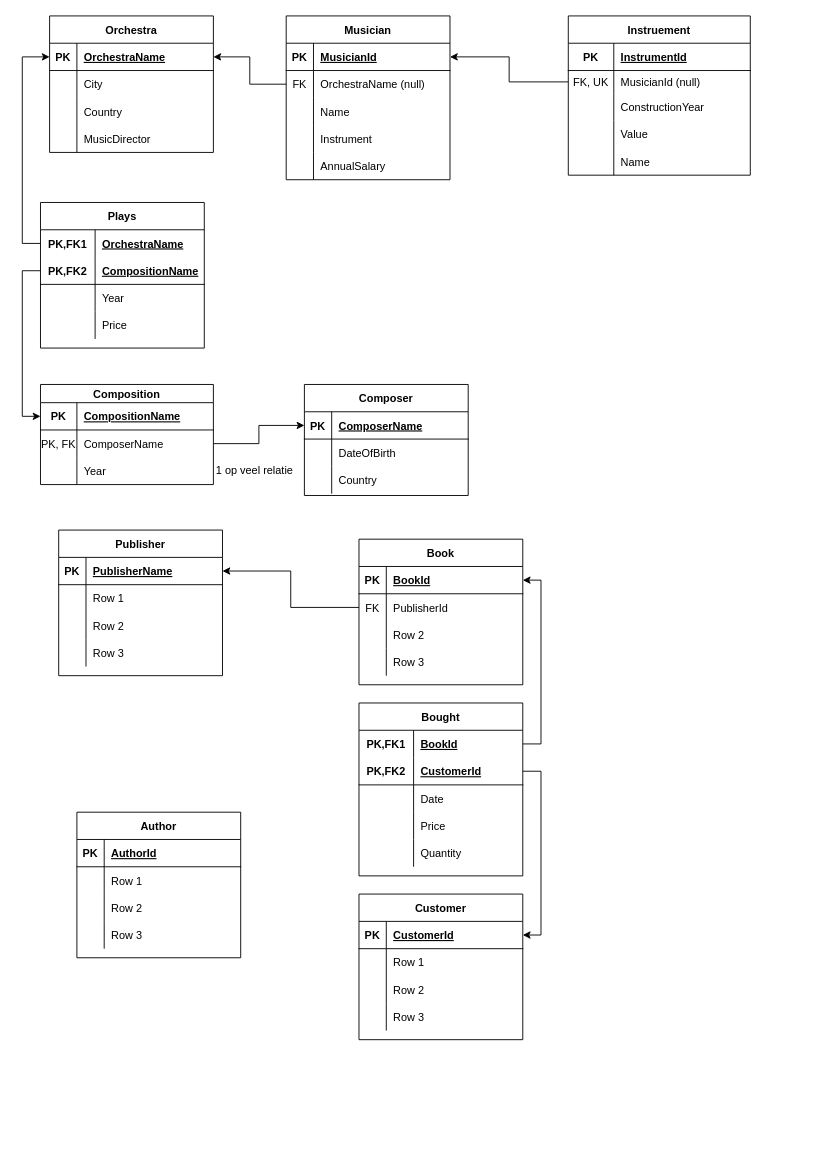
This is Periode 1.2/Relationele databases/Les 3 opdracht & huiswerk.drawio from Sno3t/EverythingSchool, a draw.io file, before an edit. Source tidied: cells renumbered, new cells numbered last; positions are measured from the earlier drawing's top-left corner, leaving out a move shared by most shapes. Both pictures are drawn from the tidied source at 91%, with x=0, y=0 at pixel (40, 15).
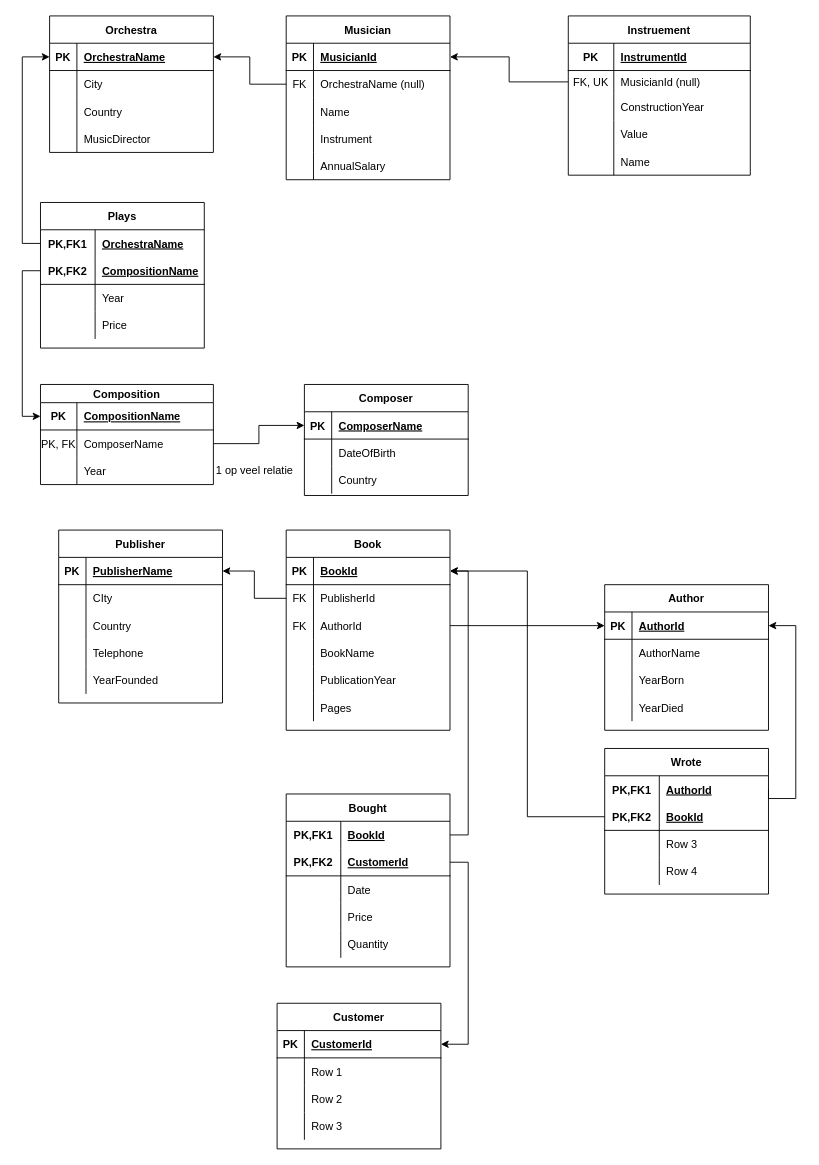
Above is the later version.

The change refers to these unchanged cells:
```xml
<mxCell id="58" style="shape=tableRow;horizontal=0;startSize=0;swimlaneHead=0;swimlaneBody=0;fillColor=none;top=0;left=0;right=0;bottom=0;" parent="54" vertex="1">
  <mxGeometry y="60" width="180" height="30" as="geometry" />
</mxCell>
<mxCell id="61" style="shape=tableRow;horizontal=0;startSize=0;swimlaneHead=0;swimlaneBody=0;fillColor=none;top=0;left=0;right=0;bottom=0;" parent="54" vertex="1">
  <mxGeometry y="90" width="180" height="30" as="geometry" />
</mxCell>
<mxCell id="64" style="shape=tableRow;horizontal=0;startSize=0;swimlaneHead=0;swimlaneBody=0;fillColor=none;top=0;left=0;right=0;bottom=0;" parent="54" vertex="1">
  <mxGeometry y="120" width="180" height="30" as="geometry" />
</mxCell>
<mxCell id="68" style="shape=tableRow;horizontal=0;startSize=0;swimlaneHead=0;swimlaneBody=0;fillColor=none;points=[[0,0.5],[1,0.5]];portConstraint=eastwest;top=0;left=0;right=0;bottom=1;" parent="67" vertex="1">
  <mxGeometry y="30" width="180" height="30" as="geometry" />
</mxCell>
<mxCell id="74" style="shape=tableRow;horizontal=0;startSize=0;swimlaneHead=0;swimlaneBody=0;fillColor=none;points=[[0,0.5],[1,0.5]];portConstraint=eastwest;top=0;left=0;right=0;bottom=0;" parent="67" vertex="1">
  <mxGeometry y="90" width="180" height="30" as="geometry" />
</mxCell>
<mxCell id="81" style="shape=tableRow;horizontal=0;startSize=0;swimlaneHead=0;swimlaneBody=0;fillColor=none;points=[[0,0.5],[1,0.5]];portConstraint=eastwest;top=0;left=0;right=0;bottom=1;" parent="80" vertex="1">
  <mxGeometry y="30" width="180" height="30" as="geometry" />
</mxCell>
<mxCell id="84" style="shape=tableRow;horizontal=0;startSize=0;swimlaneHead=0;swimlaneBody=0;fillColor=none;top=0;left=0;right=0;bottom=0;" parent="80" vertex="1">
  <mxGeometry y="60" width="180" height="30" as="geometry" />
</mxCell>
<mxCell id="87" style="shape=tableRow;horizontal=0;startSize=0;swimlaneHead=0;swimlaneBody=0;fillColor=none;top=0;left=0;right=0;bottom=0;" parent="80" vertex="1">
  <mxGeometry y="90" width="180" height="30" as="geometry" />
</mxCell>
<mxCell id="90" style="shape=tableRow;horizontal=0;startSize=0;swimlaneHead=0;swimlaneBody=0;fillColor=none;top=0;left=0;right=0;bottom=0;" parent="80" vertex="1">
  <mxGeometry y="120" width="180" height="30" as="geometry" />
</mxCell>
```

Diff of the diagram source:
```diff
@@
     <mxCell id="54" value="Publisher" style="shape=table;startSize=30;childLayout=tableLayout;rowLines=0;fontStyle=1;align=center;" parent="1" vertex="1">
-      <mxGeometry x="20" y="565" width="180" height="160" as="geometry" />
+      <mxGeometry x="20" y="565" width="180" height="190" as="geometry" />
     </mxCell>
@@
-    <mxCell id="60" value="Row 1" style="shape=partialRectangle;fillColor=none;top=0;left=0;bottom=0;right=0;align=left;spacingLeft=6;overflow=hidden;" parent="58" vertex="1">
+    <mxCell id="60" value="CIty" style="shape=partialRectangle;fillColor=none;top=0;left=0;bottom=0;right=0;align=left;spacingLeft=6;overflow=hidden;" parent="58" vertex="1">
       <mxGeometry x="30" width="150" height="30" as="geometry" />
     </mxCell>
@@
-    <mxCell id="63" value="Row 2" style="shape=partialRectangle;fillColor=none;top=0;left=0;bottom=0;right=0;align=left;spacingLeft=6;overflow=hidden;" parent="61" vertex="1">
+    <mxCell id="63" value="Country" style="shape=partialRectangle;fillColor=none;top=0;left=0;bottom=0;right=0;align=left;spacingLeft=6;overflow=hidden;" parent="61" vertex="1">
       <mxGeometry x="30" width="150" height="30" as="geometry" />
     </mxCell>
@@
-    <mxCell id="66" value="Row 3" style="shape=partialRectangle;fillColor=none;top=0;left=0;bottom=0;right=0;align=left;spacingLeft=6;overflow=hidden;" parent="64" vertex="1">
+    <mxCell id="66" value="Telephone" style="shape=partialRectangle;fillColor=none;top=0;left=0;bottom=0;right=0;align=left;spacingLeft=6;overflow=hidden;" parent="64" vertex="1">
       <mxGeometry x="30" width="150" height="30" as="geometry" />
     </mxCell>
+    <mxCell id="157" style="shape=tableRow;horizontal=0;startSize=0;swimlaneHead=0;swimlaneBody=0;fillColor=none;top=0;left=0;right=0;bottom=0;" parent="54" vertex="1">
+      <mxGeometry y="150" width="180" height="30" as="geometry" />
+    </mxCell>
+    <mxCell id="158" style="shape=partialRectangle;fillColor=none;top=0;left=0;bottom=0;right=0;overflow=hidden;" parent="157" vertex="1">
+      <mxGeometry width="30" height="30" as="geometry" />
+    </mxCell>
+    <mxCell id="159" value="YearFounded" style="shape=partialRectangle;fillColor=none;top=0;left=0;bottom=0;right=0;align=left;spacingLeft=6;overflow=hidden;" parent="157" vertex="1">
+      <mxGeometry x="30" width="150" height="30" as="geometry" />
+    </mxCell>
     <mxCell id="67" value="Book" style="shape=table;startSize=30;childLayout=tableLayout;rowLines=0;fontStyle=1;align=center;" parent="1" vertex="1">
-      <mxGeometry x="350" y="575" width="180" height="160" as="geometry" />
+      <mxGeometry x="270" y="565" width="180" height="220" as="geometry" />
     </mxCell>
@@
-    <mxCell id="75" style="shape=partialRectangle;fillColor=none;top=0;left=0;bottom=0;right=0;overflow=hidden;" parent="74" vertex="1">
+    <mxCell id="75" value="FK" style="shape=partialRectangle;fillColor=none;top=0;left=0;bottom=0;right=0;overflow=hidden;" parent="74" vertex="1">
       <mxGeometry width="30" height="30" as="geometry" />
     </mxCell>
-    <mxCell id="76" value="Row 2" style="shape=partialRectangle;fillColor=none;top=0;left=0;bottom=0;right=0;align=left;spacingLeft=6;overflow=hidden;" parent="74" vertex="1">
+    <mxCell id="76" value="AuthorId" style="shape=partialRectangle;fillColor=none;top=0;left=0;bottom=0;right=0;align=left;spacingLeft=6;overflow=hidden;" parent="74" vertex="1">
       <mxGeometry x="30" width="150" height="30" as="geometry" />
     </mxCell>
-    <mxCell id="77" style="shape=tableRow;horizontal=0;startSize=0;swimlaneHead=0;swimlaneBody=0;fillColor=none;top=0;left=0;right=0;bottom=0;" parent="67" vertex="1">
-      <mxGeometry y="120" width="180" height="30" as="geometry" />
-    </mxCell>
-    <mxCell id="78" style="shape=partialRectangle;fillColor=none;top=0;left=0;bottom=0;right=0;overflow=hidden;" parent="77" vertex="1">
-      <mxGeometry width="30" height="30" as="geometry" />
-    </mxCell>
-    <mxCell id="79" value="Row 3" style="shape=partialRectangle;fillColor=none;top=0;left=0;bottom=0;right=0;align=left;spacingLeft=6;overflow=hidden;" parent="77" vertex="1">
-      <mxGeometry x="30" width="150" height="30" as="geometry" />
-    </mxCell>
+    <mxCell id="160" style="shape=tableRow;horizontal=0;startSize=0;swimlaneHead=0;swimlaneBody=0;fillColor=none;top=0;left=0;right=0;bottom=0;" parent="67" vertex="1">
+      <mxGeometry y="120" width="180" height="30" as="geometry" />
+    </mxCell>
+    <mxCell id="161" style="shape=partialRectangle;fillColor=none;top=0;left=0;bottom=0;right=0;overflow=hidden;" parent="160" vertex="1">
+      <mxGeometry width="30" height="30" as="geometry" />
+    </mxCell>
+    <mxCell id="162" value="BookName" style="shape=partialRectangle;fillColor=none;top=0;left=0;bottom=0;right=0;align=left;spacingLeft=6;overflow=hidden;" parent="160" vertex="1">
+      <mxGeometry x="30" width="150" height="30" as="geometry" />
+    </mxCell>
+    <mxCell id="163" style="shape=tableRow;horizontal=0;startSize=0;swimlaneHead=0;swimlaneBody=0;fillColor=none;top=0;left=0;right=0;bottom=0;" parent="67" vertex="1">
+      <mxGeometry y="150" width="180" height="30" as="geometry" />
+    </mxCell>
+    <mxCell id="164" style="shape=partialRectangle;fillColor=none;top=0;left=0;bottom=0;right=0;overflow=hidden;" parent="163" vertex="1">
+      <mxGeometry width="30" height="30" as="geometry" />
+    </mxCell>
+    <mxCell id="165" value="PublicationYear" style="shape=partialRectangle;fillColor=none;top=0;left=0;bottom=0;right=0;align=left;spacingLeft=6;overflow=hidden;" parent="163" vertex="1">
+      <mxGeometry x="30" width="150" height="30" as="geometry" />
+    </mxCell>
+    <mxCell id="166" style="shape=tableRow;horizontal=0;startSize=0;swimlaneHead=0;swimlaneBody=0;fillColor=none;top=0;left=0;right=0;bottom=0;" parent="67" vertex="1">
+      <mxGeometry y="180" width="180" height="30" as="geometry" />
+    </mxCell>
+    <mxCell id="167" style="shape=partialRectangle;fillColor=none;top=0;left=0;bottom=0;right=0;overflow=hidden;" parent="166" vertex="1">
+      <mxGeometry width="30" height="30" as="geometry" />
+    </mxCell>
+    <mxCell id="168" value="Pages" style="shape=partialRectangle;fillColor=none;top=0;left=0;bottom=0;right=0;align=left;spacingLeft=6;overflow=hidden;" parent="166" vertex="1">
+      <mxGeometry x="30" width="150" height="30" as="geometry" />
+    </mxCell>
     <mxCell id="80" value="Author" style="shape=table;startSize=30;childLayout=tableLayout;rowLines=0;fontStyle=1;align=center;" parent="1" vertex="1">
-      <mxGeometry x="40" y="875" width="180" height="160" as="geometry" />
+      <mxGeometry x="620" y="625" width="180" height="160" as="geometry" />
     </mxCell>
@@
-    <mxCell id="86" value="Row 1" style="shape=partialRectangle;fillColor=none;top=0;left=0;bottom=0;right=0;align=left;spacingLeft=6;overflow=hidden;" parent="84" vertex="1">
+    <mxCell id="86" value="AuthorName" style="shape=partialRectangle;fillColor=none;top=0;left=0;bottom=0;right=0;align=left;spacingLeft=6;overflow=hidden;" parent="84" vertex="1">
       <mxGeometry x="30" width="150" height="30" as="geometry" />
     </mxCell>
@@
-    <mxCell id="89" value="Row 2" style="shape=partialRectangle;fillColor=none;top=0;left=0;bottom=0;right=0;align=left;spacingLeft=6;overflow=hidden;" parent="87" vertex="1">
+    <mxCell id="89" value="YearBorn" style="shape=partialRectangle;fillColor=none;top=0;left=0;bottom=0;right=0;align=left;spacingLeft=6;overflow=hidden;" parent="87" vertex="1">
       <mxGeometry x="30" width="150" height="30" as="geometry" />
     </mxCell>
@@
-    <mxCell id="92" value="Row 3" style="shape=partialRectangle;fillColor=none;top=0;left=0;bottom=0;right=0;align=left;spacingLeft=6;overflow=hidden;" parent="90" vertex="1">
+    <mxCell id="92" value="YearDied" style="shape=partialRectangle;fillColor=none;top=0;left=0;bottom=0;right=0;align=left;spacingLeft=6;overflow=hidden;" parent="90" vertex="1">
       <mxGeometry x="30" width="150" height="30" as="geometry" />
     </mxCell>
     <mxCell id="93" value="Customer" style="shape=table;startSize=30;childLayout=tableLayout;rowLines=0;fontStyle=1;align=center;" parent="1" vertex="1">
-      <mxGeometry x="350" y="965" width="180" height="160" as="geometry" />
+      <mxGeometry x="260" y="1085" width="180" height="160" as="geometry" />
     </mxCell>
@@
     <mxCell id="139" value="Bought" style="shape=table;startSize=30;childLayout=tableLayout;rowLines=0;fontStyle=1;align=center;" parent="1" vertex="1">
-      <mxGeometry x="350" y="755" width="180" height="190" as="geometry" />
+      <mxGeometry x="270" y="855" width="180" height="190" as="geometry" />
     </mxCell>
@@
+    <mxCell id="169" style="edgeStyle=orthogonalEdgeStyle;rounded=0;jettySize=auto;html=1;entryX=0;entryY=0.5;entryDx=0;entryDy=0;" parent="1" edge="1" source="74" target="81">
+      <mxGeometry relative="1" as="geometry" />
+    </mxCell>
+    <mxCell id="170" value="Wrote" style="shape=table;startSize=30;childLayout=tableLayout;rowLines=0;fontStyle=1;align=center;" parent="1" vertex="1">
+      <mxGeometry x="620" y="805" width="180" height="160" as="geometry" />
+    </mxCell>
+    <mxCell id="171" style="shape=tableRow;horizontal=0;startSize=0;swimlaneHead=0;swimlaneBody=0;fillColor=none;points=[[0,0.5],[1,0.5]];portConstraint=eastwest;top=0;left=0;right=0;bottom=0;" parent="170" vertex="1">
+      <mxGeometry y="30" width="180" height="30" as="geometry" />
+    </mxCell>
+    <mxCell id="172" value="PK,FK1" style="shape=partialRectangle;fillColor=none;top=0;left=0;bottom=0;right=0;fontStyle=1;overflow=hidden;" parent="171" vertex="1">
+      <mxGeometry width="60" height="30" as="geometry" />
+    </mxCell>
+    <mxCell id="173" value="AuthorId" style="shape=partialRectangle;fillColor=none;top=0;left=0;bottom=0;right=0;align=left;spacingLeft=6;fontStyle=5;overflow=hidden;" parent="171" vertex="1">
+      <mxGeometry x="60" width="120" height="30" as="geometry" />
+    </mxCell>
+    <mxCell id="174" style="shape=tableRow;horizontal=0;startSize=0;swimlaneHead=0;swimlaneBody=0;fillColor=none;points=[[0,0.5],[1,0.5]];portConstraint=eastwest;top=0;left=0;right=0;bottom=1;" parent="170" vertex="1">
+      <mxGeometry y="60" width="180" height="30" as="geometry" />
+    </mxCell>
+    <mxCell id="175" value="PK,FK2" style="shape=partialRectangle;fillColor=none;top=0;left=0;bottom=0;right=0;fontStyle=1;overflow=hidden;" parent="174" vertex="1">
+      <mxGeometry width="60" height="30" as="geometry" />
+    </mxCell>
+    <mxCell id="176" value="BookId" style="shape=partialRectangle;fillColor=none;top=0;left=0;bottom=0;right=0;align=left;spacingLeft=6;fontStyle=5;overflow=hidden;" parent="174" vertex="1">
+      <mxGeometry x="60" width="120" height="30" as="geometry" />
+    </mxCell>
+    <mxCell id="177" style="shape=tableRow;horizontal=0;startSize=0;swimlaneHead=0;swimlaneBody=0;fillColor=none;top=0;left=0;right=0;bottom=0;" parent="170" vertex="1">
+      <mxGeometry y="90" width="180" height="30" as="geometry" />
+    </mxCell>
+    <mxCell id="178" style="shape=partialRectangle;fillColor=none;top=0;left=0;bottom=0;right=0;overflow=hidden;" parent="177" vertex="1">
+      <mxGeometry width="60" height="30" as="geometry" />
+    </mxCell>
+    <mxCell id="79" value="Row 3" style="shape=partialRectangle;fillColor=none;top=0;left=0;bottom=0;right=0;align=left;spacingLeft=6;overflow=hidden;" parent="177" vertex="1">
+      <mxGeometry x="60" width="120" height="30" as="geometry" />
+    </mxCell>
+    <mxCell id="179" style="shape=tableRow;horizontal=0;startSize=0;swimlaneHead=0;swimlaneBody=0;fillColor=none;top=0;left=0;right=0;bottom=0;" parent="170" vertex="1">
+      <mxGeometry y="120" width="180" height="30" as="geometry" />
+    </mxCell>
+    <mxCell id="180" style="shape=partialRectangle;fillColor=none;top=0;left=0;bottom=0;right=0;overflow=hidden;" parent="179" vertex="1">
+      <mxGeometry width="60" height="30" as="geometry" />
+    </mxCell>
+    <mxCell id="181" value="Row 4" style="shape=partialRectangle;fillColor=none;top=0;left=0;bottom=0;right=0;align=left;spacingLeft=6;overflow=hidden;" parent="179" vertex="1">
+      <mxGeometry x="60" width="120" height="30" as="geometry" />
+    </mxCell>
+    <mxCell id="182" style="edgeStyle=orthogonalEdgeStyle;rounded=0;jettySize=auto;html=1;entryX=1;entryY=0.5;entryDx=0;entryDy=0;exitX=1;exitY=0.5;exitDx=0;exitDy=0;" parent="1" edge="1" source="171" target="81">
+      <mxGeometry relative="1" as="geometry">
+        <Array as="points">
+          <mxPoint x="800" y="860" />
+          <mxPoint x="830" y="860" />
+          <mxPoint x="830" y="670" />
+        </Array>
+      </mxGeometry>
+    </mxCell>
+    <mxCell id="183" style="edgeStyle=orthogonalEdgeStyle;rounded=0;jettySize=auto;html=1;entryX=1;entryY=0.5;entryDx=0;entryDy=0;" parent="1" edge="1" source="174" target="68">
+      <mxGeometry relative="1" as="geometry" />
+    </mxCell>
```
